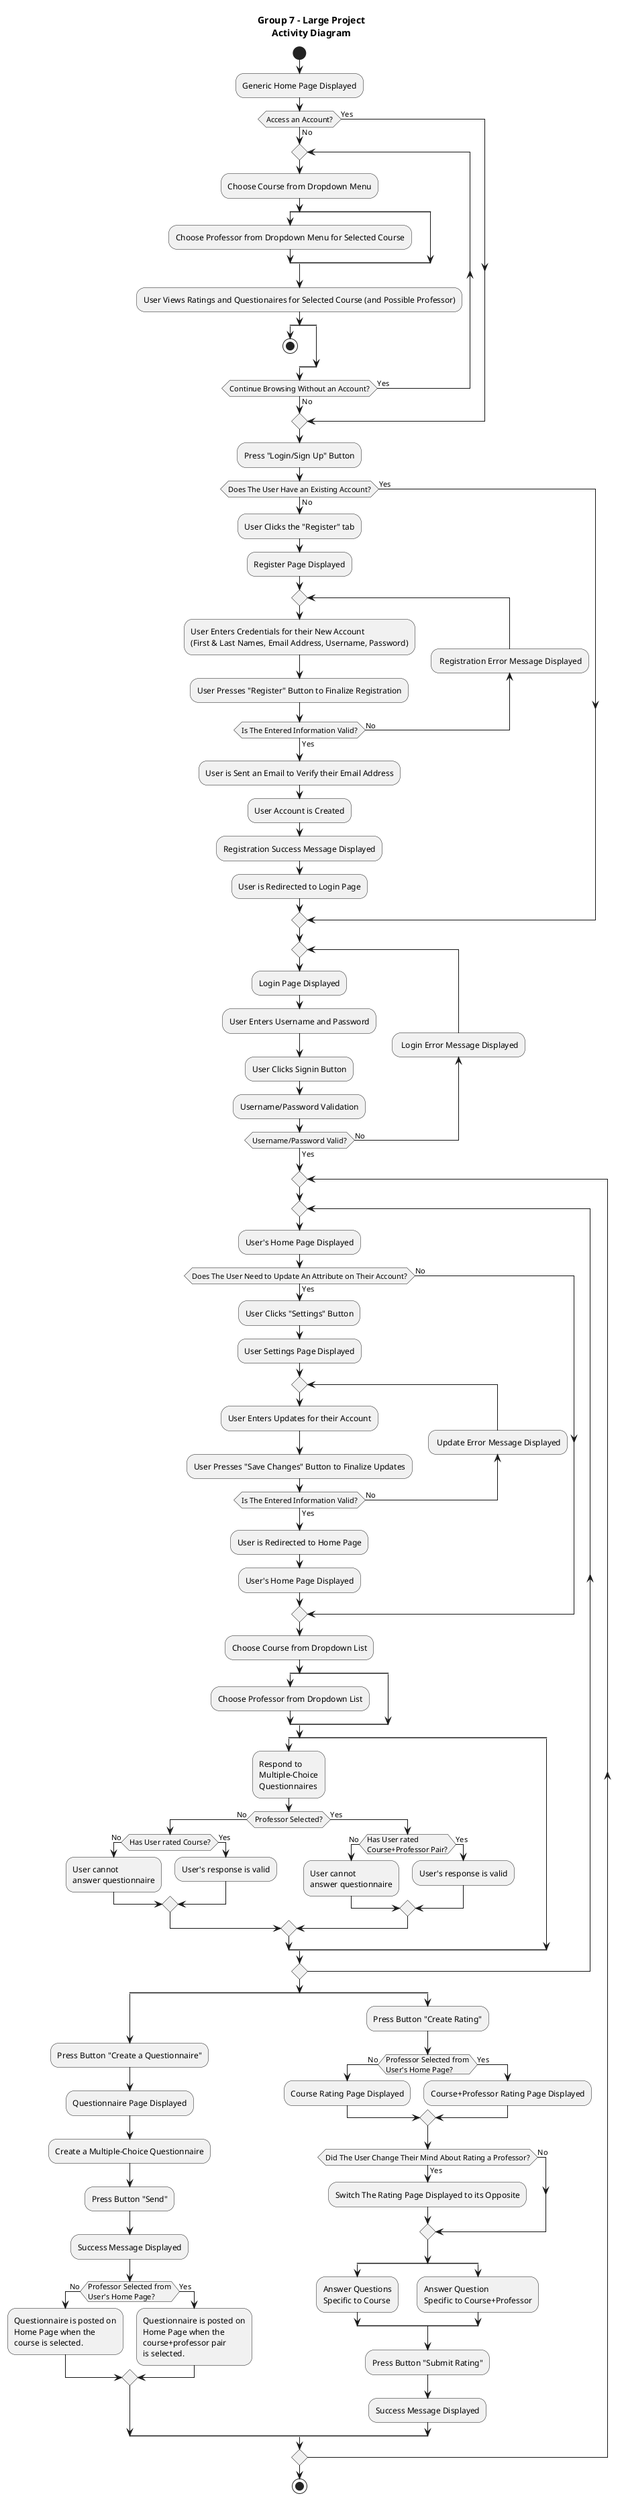
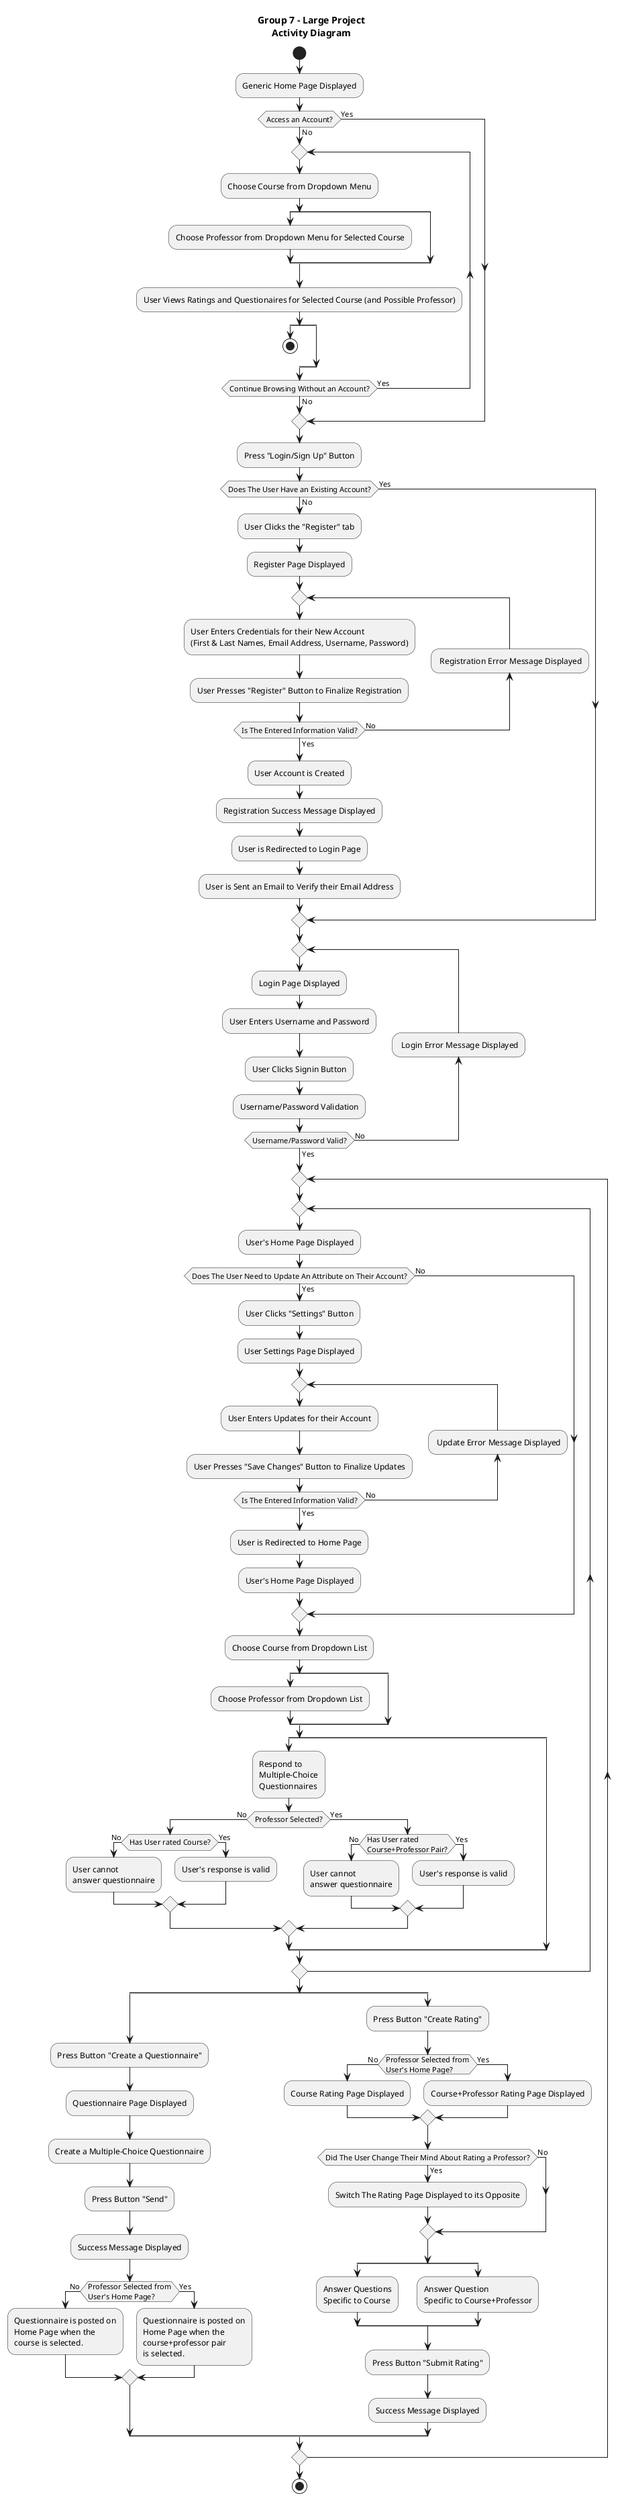
@startuml
title Group 7 - Large Project\nActivity Diagram
start

:Generic Home Page Displayed;

if (Access an Account?) then (No)

  repeat
    :Choose Course from Dropdown Menu;
    split
      :Choose Professor from Dropdown Menu for Selected Course;
    split again
    end split
    :User Views Ratings and Questionaires for Selected Course (and Possible Professor);
    split
      stop
    split again
    end split
  repeat while (Continue Browsing Without an Account?) is (Yes) not (No)

else (Yes)

endif

:Press "Login/Sign Up" Button;

if(Does The User Have an Existing Account?) then (No)
  :User Clicks the "Register" tab;
  :Register Page Displayed;
  repeat
    :User Enters Credentials for their New Account\n(First & Last Names, Email Address, Username, Password);
    :User Presses "Register" Button to Finalize Registration;


    backward: Registration Error Message Displayed;

  repeat while (Is The Entered Information Valid?) is (No) not (Yes)

-   :User is Sent an Email to Verify their Email Address;
  :User Account is Created;
  :Registration Success Message Displayed;
  :User is Redirected to Login Page;
+   :User is Sent an Email to Verify their Email Address;
+ 

else (Yes)

endif

repeat
  :Login Page Displayed;
  :User Enters Username and Password;
  :User Clicks Signin Button;
  :Username/Password Validation;
  backward: Login Error Message Displayed;
repeat while (Username/Password Valid?) is (No) not (Yes)

repeat
  repeat
    :User's Home Page Displayed;
    if(Does The User Need to Update An Attribute on Their Account?) is (Yes) then
      :User Clicks "Settings" Button;
      :User Settings Page Displayed;

      repeat
        :User Enters Updates for their Account;
        :User Presses "Save Changes" Button to Finalize Updates;
        backward: Update Error Message Displayed;

      repeat while (Is The Entered Information Valid?) is (No) not (Yes)

      :User is Redirected to Home Page;
      :User's Home Page Displayed;

    else (No)

    endif

    :Choose Course from Dropdown List;
    split
      :Choose Professor from Dropdown List;
    split again
    end split
    split
      :Respond to\nMultiple-Choice\nQuestionnaires;
      if (Professor Selected?) is (No) then
        if(Has User rated Course?) is (No) then
          :User cannot\nanswer questionnaire;
        else (Yes)
          :User's response is valid;
        endif
      else (Yes)
        if (Has User rated\nCourse+Professor Pair?) is (No) then
          :User cannot\nanswer questionnaire;
        else (Yes)
          :User's response is valid;
        endif
      endif
    split again
    end split
  repeat while ()
  split
    :Press Button "Create a Questionnaire";
    :Questionnaire Page Displayed;
    :Create a Multiple-Choice Questionnaire;
    :Press Button "Send";
    :Success Message Displayed;

    if (Professor Selected from\nUser's Home Page?) is (No) then
      :Questionnaire is posted on
      Home Page when the
      course is selected.;
    else (Yes)
      :Questionnaire is posted on
      Home Page when the
      course+professor pair
      is selected.;
    endif
  split again
    :Press Button "Create Rating";
    if (Professor Selected from\nUser's Home Page?) is (No) then
      :Course Rating Page Displayed;
    else (Yes)
      :Course+Professor Rating Page Displayed;
    endif

    if(Did The User Change Their Mind About Rating a Professor?) is (Yes) then
      :Switch The Rating Page Displayed to its Opposite;

    else (No)

    endif

    split
      :Answer Questions\nSpecific to Course;
    split again
      :Answer Question\nSpecific to Course+Professor;
    end split
    :Press Button "Submit Rating";
    :Success Message Displayed;
  end split
repeat while ()

stop

@enduml